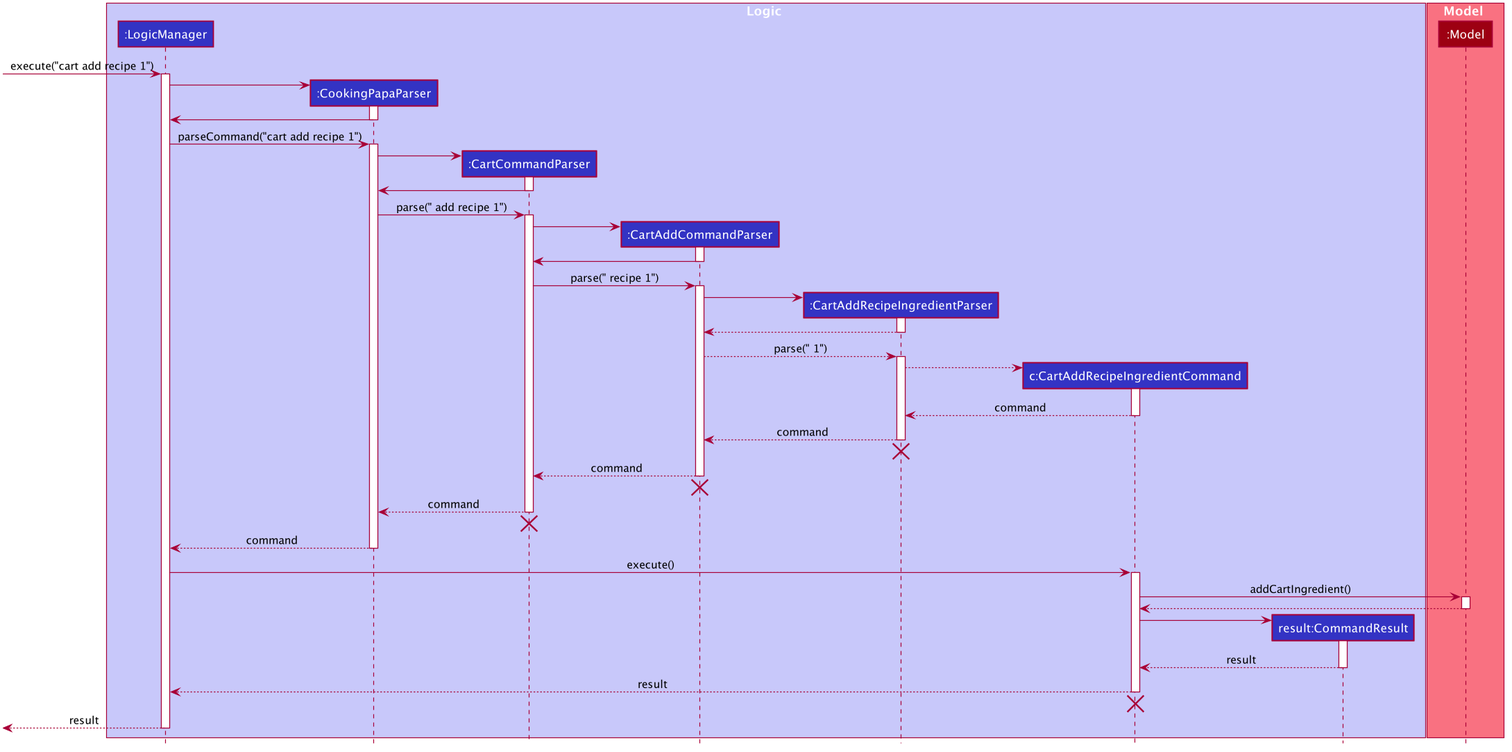
Earlier version of the PlantUML export docs/images/CartAddRecipeIngredientSequenceDiagram.png (tzihiang/main). The source it was exported from:
```plantuml
@startuml








skinparam BackgroundColor #FFFFFFF

skinparam Shadowing false

skinparam Class {
    FontColor #FFFFFF
    BorderThickness 1
    BorderColor #FFFFFF
    StereotypeFontColor #FFFFFF
    FontName Arial
}

skinparam Actor {
    BorderColor #000000
    Color #000000
    FontName Arial
}

skinparam Sequence {
    MessageAlign center
    BoxFontSize 15
    BoxPadding 0
    BoxFontColor #FFFFFF
    FontName Arial
}

skinparam Participant {
    FontColor #FFFFFFF
    Padding 20
}

skinparam MinClassWidth 50
skinparam ParticipantPadding 10
skinparam Shadowing false
skinparam DefaultTextAlignment center
skinparam packageStyle Rectangle

hide footbox
hide members
hide circle

box Logic #C8C8FA
participant ":LogicManager" as LogicManager #3333C4
participant ":CookingPapaParser" as CookingPapaParser #3333C4
participant ":CartCommandParser" as CartCommandParser #3333C4
participant ":CartAddCommandParser" as CartAddCommandParser #3333C4
participant ":CartAddRecipeIngredientParser" as CartAddRecipeIngredientParser  #3333C4
participant "c:CartAddRecipeIngredientCommand" as CartAddRecipeIngredientCommand #3333C4
participant "result:CommandResult" as CommandResult #3333C4
end box

box Model #F97181
participant ":Model" as Model #9D0012
end box

[-> LogicManager : execute("cart add recipe 1")
activate LogicManager

create CookingPapaParser
LogicManager -> CookingPapaParser
activate CookingPapaParser

CookingPapaParser -> LogicManager
deactivate CookingPapaParser

LogicManager -> CookingPapaParser : parseCommand("cart add recipe 1")
activate CookingPapaParser

create CartCommandParser
CookingPapaParser -> CartCommandParser
activate CartCommandParser

CartCommandParser -> CookingPapaParser
deactivate CartCommandParser

CookingPapaParser -> CartCommandParser : parse(" add recipe 1")
activate CartCommandParser

create CartAddCommandParser
CartCommandParser -> CartAddCommandParser
activate CartAddCommandParser

CartAddCommandParser -> CartCommandParser
deactivate CartAddCommandParser

CartCommandParser -> CartAddCommandParser : parse(" recipe 1")
activate CartAddCommandParser

create CartAddRecipeIngredientParser
CartAddCommandParser -> CartAddRecipeIngredientParser
activate CartAddRecipeIngredientParser

CartAddRecipeIngredientParser --> CartAddCommandParser
deactivate CartAddRecipeIngredientParser

CartAddCommandParser --> CartAddRecipeIngredientParser : parse(" 1")
activate CartAddRecipeIngredientParser

create CartAddRecipeIngredientCommand
CartAddRecipeIngredientParser --> CartAddRecipeIngredientCommand
activate CartAddRecipeIngredientCommand

CartAddRecipeIngredientCommand --> CartAddRecipeIngredientParser : command
deactivate CartAddRecipeIngredientCommand

CartAddRecipeIngredientParser --> CartAddCommandParser : command
deactivate CartAddRecipeIngredientParser
CartAddRecipeIngredientParser -[hidden]-> CookingPapaParser
destroy CartAddRecipeIngredientParser

CartAddCommandParser--> CartCommandParser : command
deactivate CartAddCommandParser
CartAddCommandParser -[hidden]-> CookingPapaParser
destroy CartAddCommandParser

CartCommandParser  --> CookingPapaParser : command
deactivate CartCommandParser
CartCommandParser -[hidden]-> CookingPapaParser
destroy CartCommandParser

CookingPapaParser --> LogicManager : command
deactivate CookingPapaParser

LogicManager -> CartAddRecipeIngredientCommand : execute()
activate CartAddRecipeIngredientCommand

CartAddRecipeIngredientCommand -> Model : addCartIngredient()
activate Model

Model --> CartAddRecipeIngredientCommand
deactivate Model

create CommandResult
CartAddRecipeIngredientCommand -> CommandResult
activate CommandResult

CommandResult --> CartAddRecipeIngredientCommand : result
deactivate CommandResult

CartAddRecipeIngredientCommand--> LogicManager : result
deactivate CartAddRecipeIngredientCommand
CartAddRecipeIngredientCommand -[hidden]-> LogicManager
destroy CartAddRecipeIngredientCommand

[<--LogicManager : result
deactivate LogicManager
@enduml
```
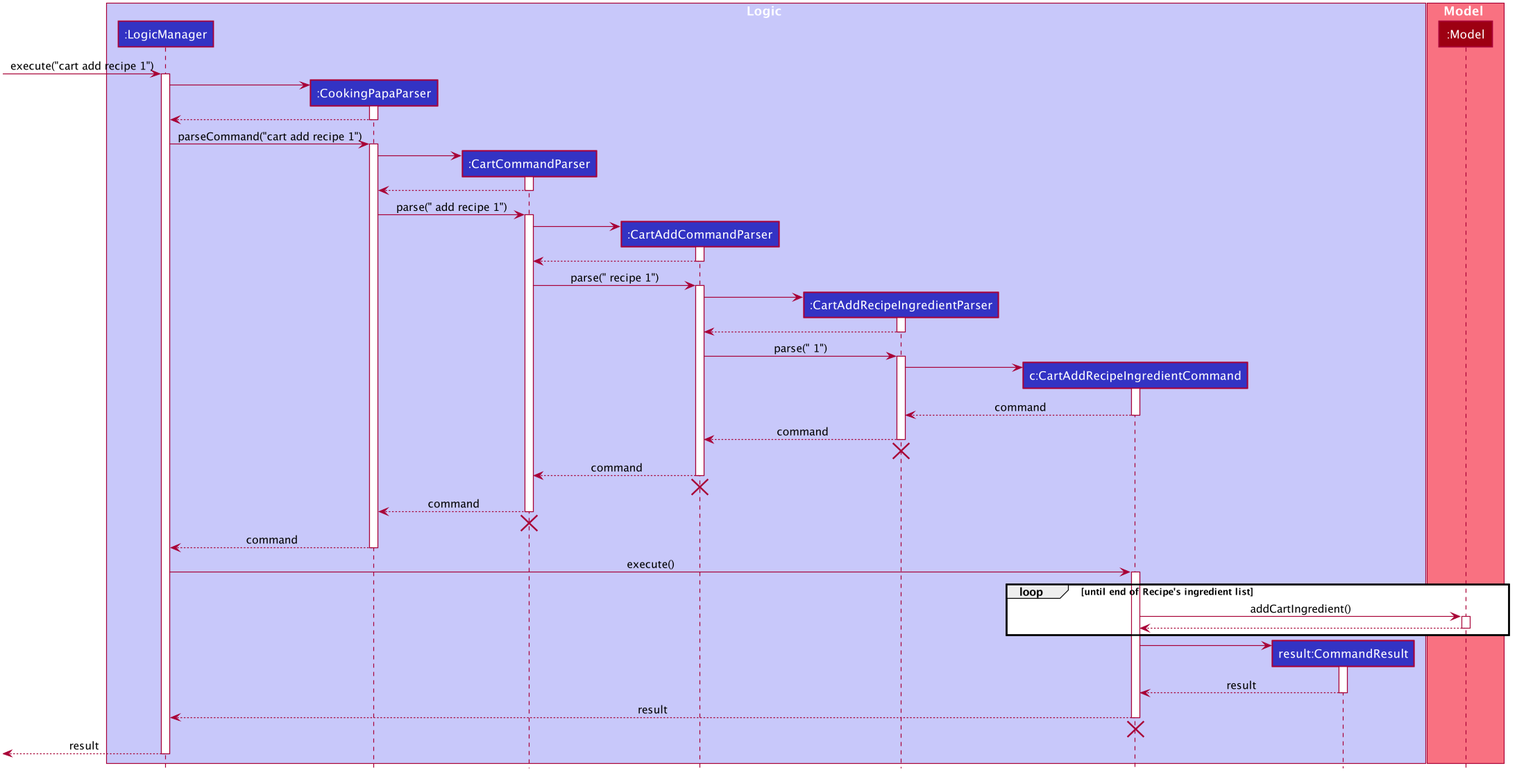
After the commit.

Commit message:
updated seq diagram

Change to the diagram source:
```diff
@@ -69,7 +69,7 @@
 LogicManager -> CookingPapaParser
 activate CookingPapaParser
 
-CookingPapaParser -> LogicManager
+CookingPapaParser --> LogicManager
 deactivate CookingPapaParser
 
 LogicManager -> CookingPapaParser : parseCommand("cart add recipe 1")
@@ -79,7 +79,7 @@
 CookingPapaParser -> CartCommandParser
 activate CartCommandParser
 
-CartCommandParser -> CookingPapaParser
+CartCommandParser --> CookingPapaParser
 deactivate CartCommandParser
 
 CookingPapaParser -> CartCommandParser : parse(" add recipe 1")
@@ -89,7 +89,7 @@
 CartCommandParser -> CartAddCommandParser
 activate CartAddCommandParser
 
-CartAddCommandParser -> CartCommandParser
+CartAddCommandParser --> CartCommandParser
 deactivate CartAddCommandParser
 
 CartCommandParser -> CartAddCommandParser : parse(" recipe 1")
@@ -102,11 +102,11 @@
 CartAddRecipeIngredientParser --> CartAddCommandParser
 deactivate CartAddRecipeIngredientParser
 
-CartAddCommandParser --> CartAddRecipeIngredientParser : parse(" 1")
+CartAddCommandParser -> CartAddRecipeIngredientParser : parse(" 1")
 activate CartAddRecipeIngredientParser
 
 create CartAddRecipeIngredientCommand
-CartAddRecipeIngredientParser --> CartAddRecipeIngredientCommand
+CartAddRecipeIngredientParser -> CartAddRecipeIngredientCommand
 activate CartAddRecipeIngredientCommand
 
 CartAddRecipeIngredientCommand --> CartAddRecipeIngredientParser : command
@@ -133,11 +133,13 @@
 LogicManager -> CartAddRecipeIngredientCommand : execute()
 activate CartAddRecipeIngredientCommand
 
-CartAddRecipeIngredientCommand -> Model : addCartIngredient()
-activate Model
+loop until end of Recipe's ingredient list
+    CartAddRecipeIngredientCommand -> Model : addCartIngredient()
+    activate Model
 
-Model --> CartAddRecipeIngredientCommand
-deactivate Model
+    Model --> CartAddRecipeIngredientCommand
+    deactivate Model
+end loop
 
 create CommandResult
 CartAddRecipeIngredientCommand -> CommandResult
```
